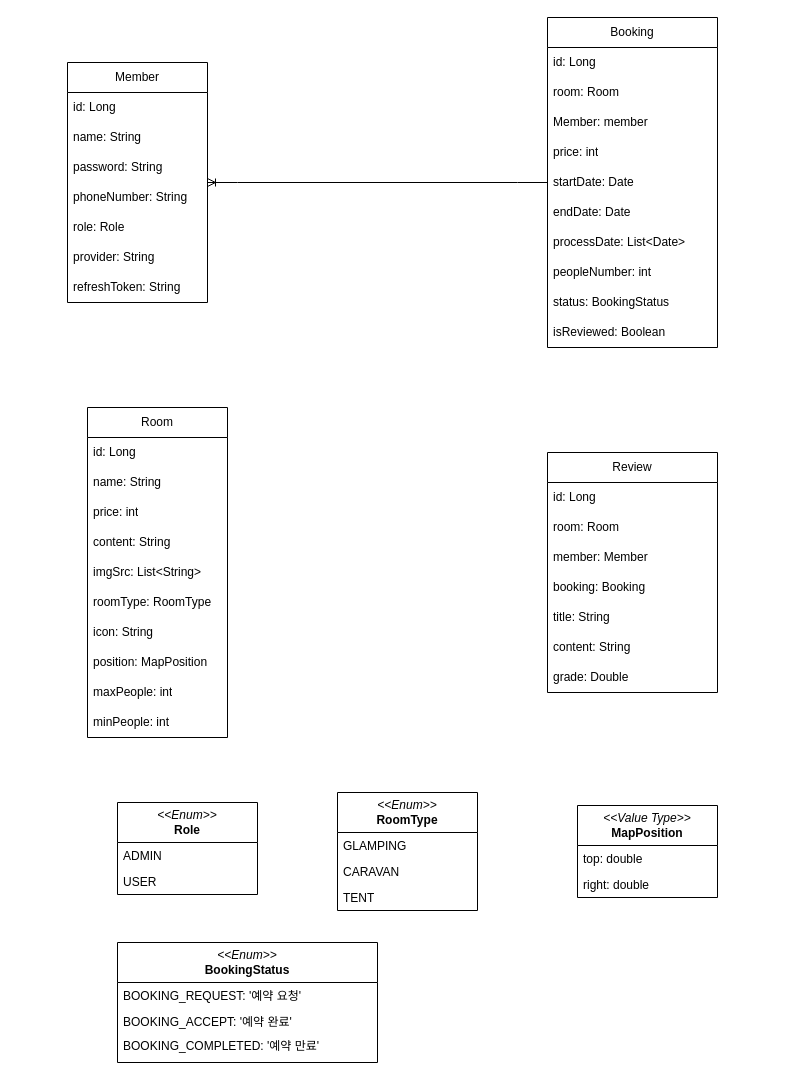
hb912/reservation-app-server keeps this draw.io diagram as EntityClassDiagram.drawio. Above is the earlier version. Source tidied: cells renumbered, new cells numbered last; positions are measured from the earlier drawing's top-left corner, leaving out a move shared by most shapes. Both pictures are drawn from the tidied source at 100%, with x=0, y=0 at pixel (67, 17).
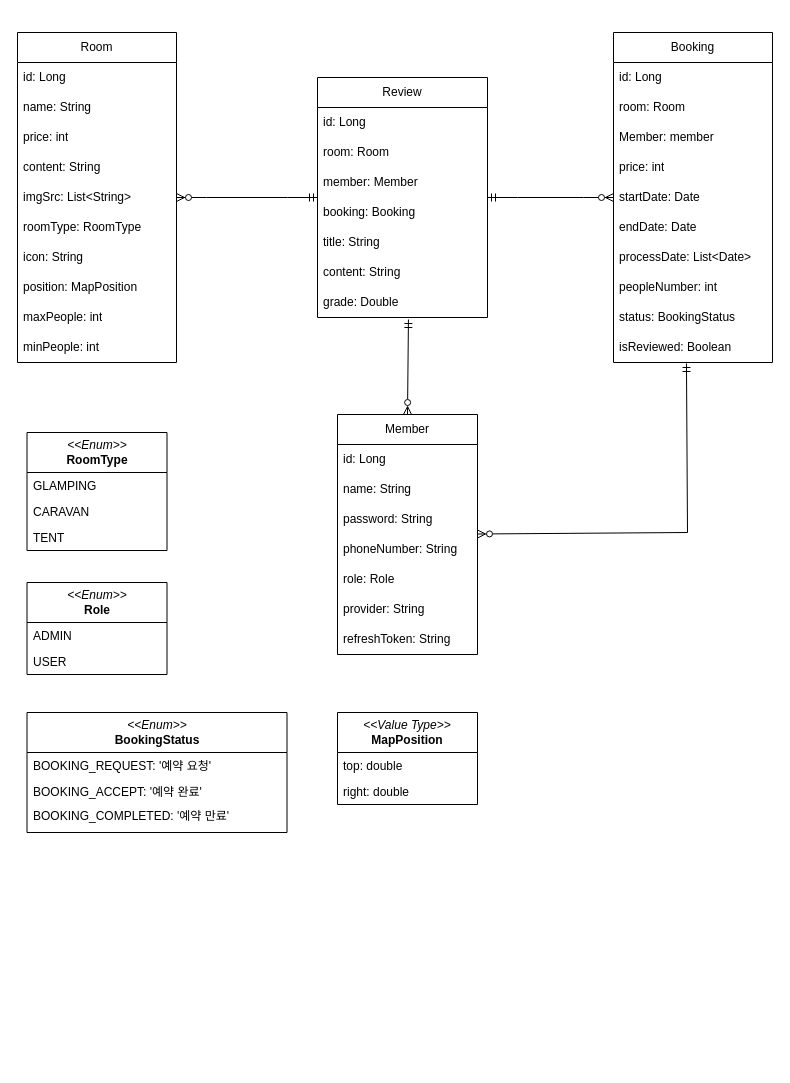
The same page after the edit.

Unchanged cells that the change refers to:
```xml
<mxCell id="53" value="grade: Double" style="text;strokeColor=none;fillColor=none;align=left;verticalAlign=middle;spacingLeft=4;spacingRight=4;overflow=hidden;points=[[0,0.5],[1,0.5]];portConstraint=eastwest;whiteSpace=wrap;html=1;" parent="46" vertex="1">
  <mxGeometry y="210" width="170" height="30" as="geometry" />
</mxCell>
```

Diff of the diagram source:
```diff
@@
     <mxCell id="2" value="Member" style="swimlane;fontStyle=0;horizontal=1;startSize=30;whiteSpace=wrap;html=1;" parent="1" vertex="1">
-      <mxGeometry y="45" width="140" height="240" as="geometry" />
+      <mxGeometry x="270" y="397" width="140" height="240" as="geometry" />
     </mxCell>
@@
     <mxCell id="10" value="&lt;i&gt;&amp;lt;&amp;lt;Enum&amp;gt;&amp;gt;&lt;/i&gt;&lt;br&gt;&lt;b&gt;Role&lt;/b&gt;" style="swimlane;fontStyle=0;horizontal=1;startSize=40;fillColor=none;whiteSpace=wrap;html=1;" parent="1" vertex="1">
-      <mxGeometry x="50" y="785" width="140" height="92" as="geometry" />
+      <mxGeometry x="-40.5" y="565" width="140" height="92" as="geometry" />
     </mxCell>
@@
     <mxCell id="13" value="Room" style="swimlane;fontStyle=0;horizontal=1;startSize=30;whiteSpace=wrap;html=1;" parent="1" vertex="1">
-      <mxGeometry x="20" y="390" width="140" height="330" as="geometry" />
+      <mxGeometry x="-50" y="15" width="159" height="330" as="geometry" />
     </mxCell>
     <mxCell id="14" value="id: Long" style="text;strokeColor=none;fillColor=none;align=left;verticalAlign=middle;spacingLeft=4;spacingRight=4;overflow=hidden;whiteSpace=wrap;html=1;" parent="13" vertex="1">
-      <mxGeometry y="30" width="140" height="30" as="geometry" />
+      <mxGeometry y="30" width="159" height="30" as="geometry" />
     </mxCell>
     <mxCell id="15" value="name: String" style="text;strokeColor=none;fillColor=none;align=left;verticalAlign=middle;spacingLeft=4;spacingRight=4;overflow=hidden;whiteSpace=wrap;html=1;" parent="13" vertex="1">
-      <mxGeometry y="60" width="140" height="30" as="geometry" />
+      <mxGeometry y="60" width="159" height="30" as="geometry" />
     </mxCell>
     <mxCell id="16" value="price: int" style="text;strokeColor=none;fillColor=none;align=left;verticalAlign=middle;spacingLeft=4;spacingRight=4;overflow=hidden;whiteSpace=wrap;html=1;" parent="13" vertex="1">
-      <mxGeometry y="90" width="140" height="30" as="geometry" />
+      <mxGeometry y="90" width="159" height="30" as="geometry" />
     </mxCell>
     <mxCell id="17" value="content: String" style="text;strokeColor=none;fillColor=none;align=left;verticalAlign=middle;spacingLeft=4;spacingRight=4;overflow=hidden;whiteSpace=wrap;html=1;" parent="13" vertex="1">
-      <mxGeometry y="120" width="140" height="30" as="geometry" />
+      <mxGeometry y="120" width="159" height="30" as="geometry" />
     </mxCell>
     <mxCell id="18" value="imgSrc: List&amp;lt;String&amp;gt;" style="text;strokeColor=none;fillColor=none;align=left;verticalAlign=middle;spacingLeft=4;spacingRight=4;overflow=hidden;whiteSpace=wrap;html=1;" parent="13" vertex="1">
-      <mxGeometry y="150" width="140" height="30" as="geometry" />
+      <mxGeometry y="150" width="159" height="30" as="geometry" />
     </mxCell>
     <mxCell id="19" value="roomType: RoomType" style="text;strokeColor=none;fillColor=none;align=left;verticalAlign=middle;spacingLeft=4;spacingRight=4;overflow=hidden;whiteSpace=wrap;html=1;" parent="13" vertex="1">
-      <mxGeometry y="180" width="140" height="30" as="geometry" />
+      <mxGeometry y="180" width="159" height="30" as="geometry" />
     </mxCell>
     <mxCell id="20" value="icon: String" style="text;strokeColor=none;fillColor=none;align=left;verticalAlign=middle;spacingLeft=4;spacingRight=4;overflow=hidden;whiteSpace=wrap;html=1;" parent="13" vertex="1">
-      <mxGeometry y="210" width="140" height="30" as="geometry" />
+      <mxGeometry y="210" width="159" height="30" as="geometry" />
     </mxCell>
     <mxCell id="21" value="position: MapPosition" style="text;strokeColor=none;fillColor=none;align=left;verticalAlign=middle;spacingLeft=4;spacingRight=4;overflow=hidden;whiteSpace=wrap;html=1;" parent="13" vertex="1">
-      <mxGeometry y="240" width="140" height="30" as="geometry" />
+      <mxGeometry y="240" width="159" height="30" as="geometry" />
     </mxCell>
     <mxCell id="22" value="maxPeople: int" style="text;strokeColor=none;fillColor=none;align=left;verticalAlign=middle;spacingLeft=4;spacingRight=4;overflow=hidden;whiteSpace=wrap;html=1;" parent="13" vertex="1">
-      <mxGeometry y="270" width="140" height="30" as="geometry" />
+      <mxGeometry y="270" width="159" height="30" as="geometry" />
     </mxCell>
     <mxCell id="23" value="minPeople: int" style="text;strokeColor=none;fillColor=none;align=left;verticalAlign=middle;spacingLeft=4;spacingRight=4;overflow=hidden;whiteSpace=wrap;html=1;" parent="13" vertex="1">
-      <mxGeometry y="300" width="140" height="30" as="geometry" />
+      <mxGeometry y="300" width="159" height="30" as="geometry" />
     </mxCell>
     <mxCell id="24" value="&lt;i&gt;&amp;lt;&amp;lt;Enum&amp;gt;&amp;gt;&lt;/i&gt;&lt;br&gt;&lt;b&gt;RoomType&lt;/b&gt;" style="swimlane;fontStyle=0;horizontal=1;startSize=40;fillColor=none;whiteSpace=wrap;html=1;" parent="1" vertex="1">
-      <mxGeometry x="270" y="775" width="140" height="118" as="geometry" />
+      <mxGeometry x="-40.5" y="415" width="140" height="118" as="geometry" />
     </mxCell>
@@
     <mxCell id="28" value="&lt;i&gt;&amp;lt;&amp;lt;Value Type&amp;gt;&amp;gt;&lt;/i&gt;&lt;br&gt;&lt;b&gt;MapPosition&lt;/b&gt;" style="swimlane;fontStyle=0;horizontal=1;startSize=40;fillColor=none;whiteSpace=wrap;html=1;" parent="1" vertex="1">
-      <mxGeometry x="510" y="788" width="140" height="92" as="geometry" />
+      <mxGeometry x="270" y="695" width="140" height="92" as="geometry" />
     </mxCell>
@@
     <mxCell id="31" value="Booking" style="swimlane;fontStyle=0;horizontal=1;startSize=30;whiteSpace=wrap;html=1;" parent="1" vertex="1">
-      <mxGeometry x="480" width="170" height="330" as="geometry" />
+      <mxGeometry x="546" y="15" width="159" height="330" as="geometry" />
     </mxCell>
     <mxCell id="32" value="id: Long" style="text;strokeColor=none;fillColor=none;align=left;verticalAlign=middle;spacingLeft=4;spacingRight=4;overflow=hidden;whiteSpace=wrap;html=1;" parent="31" vertex="1">
-      <mxGeometry y="30" width="170" height="30" as="geometry" />
+      <mxGeometry y="30" width="159" height="30" as="geometry" />
     </mxCell>
     <mxCell id="33" value="room: Room" style="text;strokeColor=none;fillColor=none;align=left;verticalAlign=middle;spacingLeft=4;spacingRight=4;overflow=hidden;whiteSpace=wrap;html=1;" parent="31" vertex="1">
-      <mxGeometry y="60" width="170" height="30" as="geometry" />
+      <mxGeometry y="60" width="159" height="30" as="geometry" />
     </mxCell>
     <mxCell id="34" value="Member: member" style="text;strokeColor=none;fillColor=none;align=left;verticalAlign=middle;spacingLeft=4;spacingRight=4;overflow=hidden;whiteSpace=wrap;html=1;" parent="31" vertex="1">
-      <mxGeometry y="90" width="170" height="30" as="geometry" />
+      <mxGeometry y="90" width="159" height="30" as="geometry" />
     </mxCell>
     <mxCell id="35" value="price: int" style="text;strokeColor=none;fillColor=none;align=left;verticalAlign=middle;spacingLeft=4;spacingRight=4;overflow=hidden;whiteSpace=wrap;html=1;" parent="31" vertex="1">
-      <mxGeometry y="120" width="170" height="30" as="geometry" />
+      <mxGeometry y="120" width="159" height="30" as="geometry" />
     </mxCell>
     <mxCell id="36" value="startDate: Date" style="text;strokeColor=none;fillColor=none;align=left;verticalAlign=middle;spacingLeft=4;spacingRight=4;overflow=hidden;whiteSpace=wrap;html=1;" parent="31" vertex="1">
-      <mxGeometry y="150" width="170" height="30" as="geometry" />
+      <mxGeometry y="150" width="159" height="30" as="geometry" />
     </mxCell>
     <mxCell id="37" value="endDate: Date" style="text;strokeColor=none;fillColor=none;align=left;verticalAlign=middle;spacingLeft=4;spacingRight=4;overflow=hidden;whiteSpace=wrap;html=1;" parent="31" vertex="1">
-      <mxGeometry y="180" width="170" height="30" as="geometry" />
+      <mxGeometry y="180" width="159" height="30" as="geometry" />
     </mxCell>
     <mxCell id="38" value="processDate: List&amp;lt;Date&amp;gt;" style="text;strokeColor=none;fillColor=none;align=left;verticalAlign=middle;spacingLeft=4;spacingRight=4;overflow=hidden;whiteSpace=wrap;html=1;" parent="31" vertex="1">
-      <mxGeometry y="210" width="170" height="30" as="geometry" />
+      <mxGeometry y="210" width="159" height="30" as="geometry" />
     </mxCell>
     <mxCell id="39" value="peopleNumber: int" style="text;strokeColor=none;fillColor=none;align=left;verticalAlign=middle;spacingLeft=4;spacingRight=4;overflow=hidden;whiteSpace=wrap;html=1;" parent="31" vertex="1">
-      <mxGeometry y="240" width="170" height="30" as="geometry" />
+      <mxGeometry y="240" width="159" height="30" as="geometry" />
     </mxCell>
     <mxCell id="40" value="status: BookingStatus" style="text;strokeColor=none;fillColor=none;align=left;verticalAlign=middle;spacingLeft=4;spacingRight=4;overflow=hidden;whiteSpace=wrap;html=1;" parent="31" vertex="1">
-      <mxGeometry y="270" width="170" height="30" as="geometry" />
+      <mxGeometry y="270" width="159" height="30" as="geometry" />
     </mxCell>
     <mxCell id="41" value="isReviewed: Boolean" style="text;strokeColor=none;fillColor=none;align=left;verticalAlign=middle;spacingLeft=4;spacingRight=4;overflow=hidden;points=[[0,0.5],[1,0.5]];portConstraint=eastwest;whiteSpace=wrap;html=1;" parent="31" vertex="1">
-      <mxGeometry y="300" width="170" height="30" as="geometry" />
+      <mxGeometry y="300" width="159" height="30" as="geometry" />
     </mxCell>
     <mxCell id="42" value="&lt;i&gt;&amp;lt;&amp;lt;Enum&amp;gt;&amp;gt;&lt;/i&gt;&lt;br&gt;&lt;b&gt;BookingStatus&lt;/b&gt;" style="swimlane;fontStyle=0;horizontal=1;startSize=40;fillColor=none;whiteSpace=wrap;html=1;" parent="1" vertex="1">
-      <mxGeometry x="50" y="925" width="260" height="120" as="geometry" />
+      <mxGeometry x="-40.5" y="695" width="260" height="120" as="geometry" />
     </mxCell>
@@
     <mxCell id="46" value="Review" style="swimlane;fontStyle=0;horizontal=1;startSize=30;whiteSpace=wrap;html=1;" parent="1" vertex="1">
-      <mxGeometry x="480" y="435" width="170" height="240" as="geometry" />
+      <mxGeometry x="250" y="60" width="170" height="240" as="geometry" />
     </mxCell>
@@
-    <mxCell id="54" style="edgeStyle=entityRelationEdgeStyle;fontSize=12;html=1;endArrow=ERoneToMany;rounded=0;" parent="1" edge="1" source="31" target="2">
-      <mxGeometry relative="1" as="geometry" />
-    </mxCell>
+    <mxCell id="55" style="edgeStyle=entityRelationEdgeStyle;fontSize=12;html=1;endArrow=ERzeroToMany;startArrow=ERmandOne;rounded=0;" parent="1" edge="1" source="46" target="13">
+      <mxGeometry relative="1" as="geometry" />
+    </mxCell>
+    <mxCell id="56" style="edgeStyle=entityRelationEdgeStyle;fontSize=12;html=1;endArrow=ERzeroToMany;startArrow=ERmandOne;rounded=0;" parent="1" edge="1" source="46" target="31">
+      <mxGeometry relative="1" as="geometry" />
+    </mxCell>
+    <mxCell id="57" style="endArrow=ERmandOne;html=1;rounded=0;exitX=0.5;exitY=0;exitDx=0;exitDy=0;startArrow=ERzeroToMany;startFill=0;endFill=0;entryX=0.535;entryY=1.067;entryDx=0;entryDy=0;entryPerimeter=0;" parent="1" edge="1" source="2" target="53">
+      <mxGeometry relative="1" as="geometry" />
+    </mxCell>
+    <mxCell id="58" style="endArrow=ERmandOne;html=1;rounded=0;startArrow=ERzeroToMany;startFill=0;endFill=0;entryX=0.459;entryY=1.033;entryDx=0;entryDy=0;entryPerimeter=0;" parent="1" edge="1" source="2" target="41">
+      <mxGeometry relative="1" as="geometry">
+        <Array as="points">
+          <mxPoint x="620" y="515" />
+        </Array>
+      </mxGeometry>
+    </mxCell>
```
